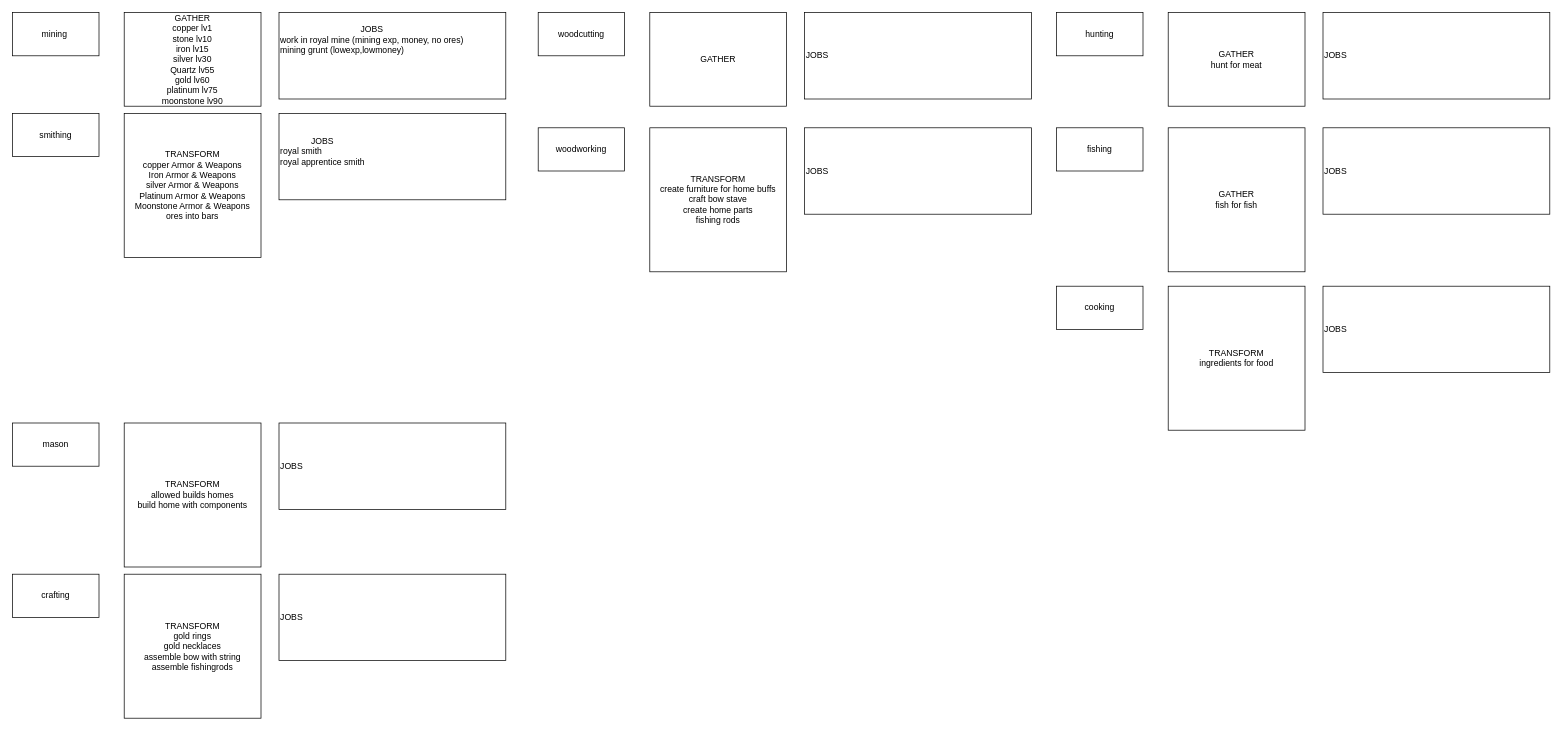
Above: Untitled Diagram.drawio in moonwellfrontenddev/drawio_game_graph (draw.io), before the change. Source tidied: cells renumbered, new cells numbered last; positions are measured from the earlier drawing's top-left corner, leaving out a move shared by most shapes. Both pictures are drawn from the tidied source at 72%, with x=0, y=0 at pixel (12, 12).
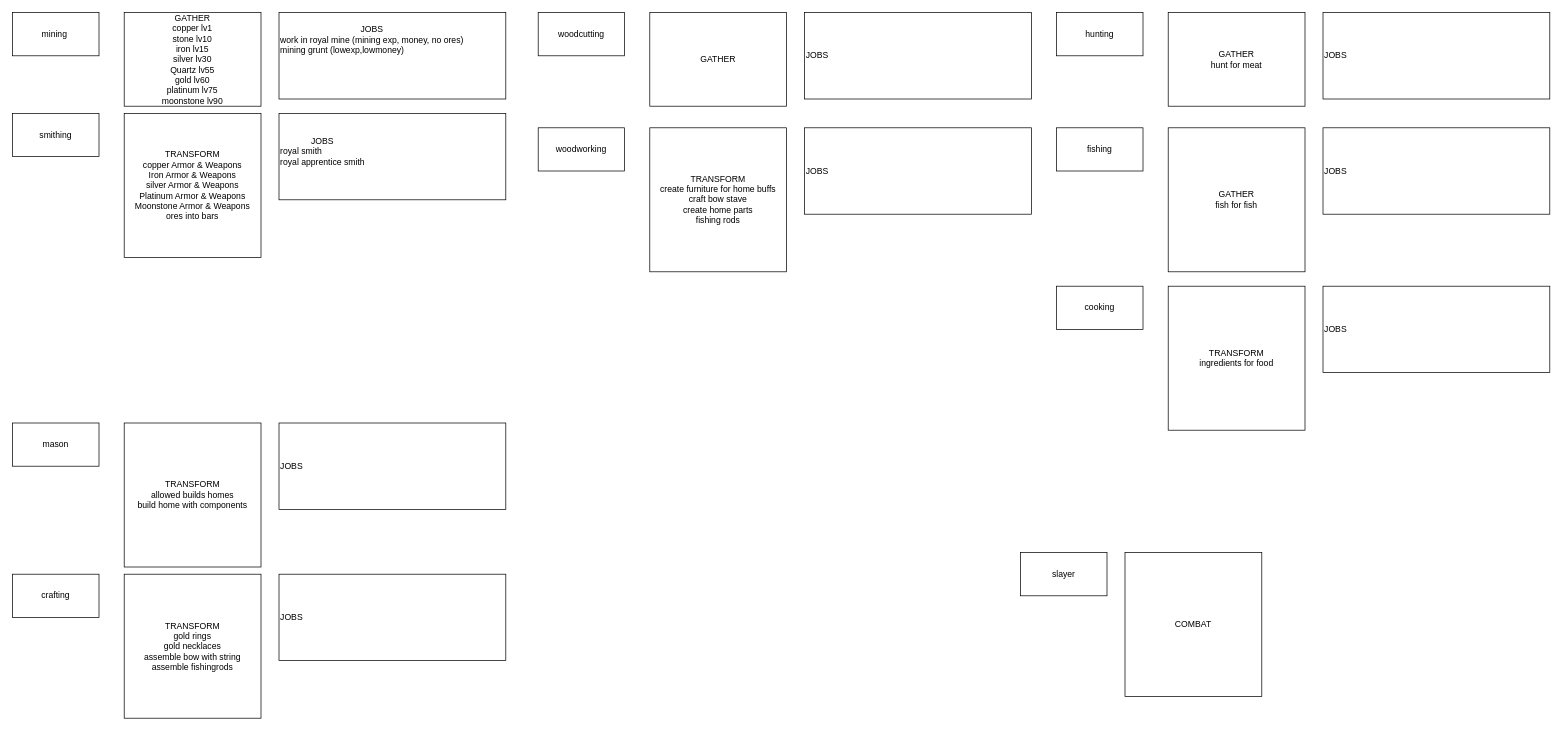
Above is the later version.

Diff of the diagram source:
```diff
@@
+    <mxCell id="29" value="slayer" style="rounded=0;whiteSpace=wrap;html=1;" parent="1" vertex="1">
+      <mxGeometry x="1400" y="750" width="120" height="60" as="geometry" />
+    </mxCell>
+    <mxCell id="30" value="COMBAT" style="rounded=0;whiteSpace=wrap;html=1;" parent="1" vertex="1">
+      <mxGeometry x="1545" y="750" width="190" height="200" as="geometry" />
+    </mxCell>
```
